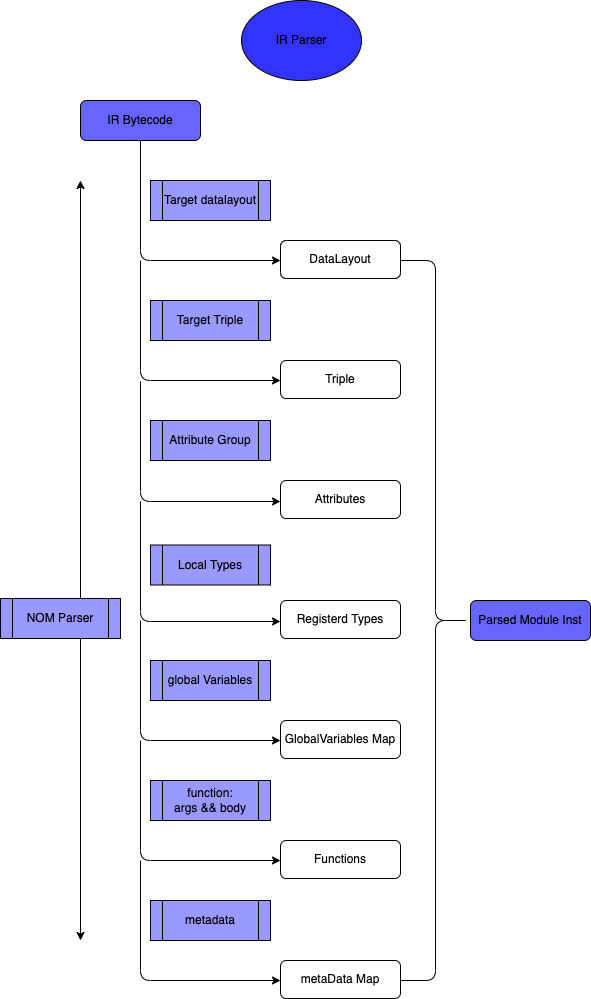
Before: Ola-lang-backend-parser.drawio.png, a diagram exported from draw.io (bchyl/compilerInZk). Source tidied: cells renumbered, new cells last; positions are measured from the earlier drawing's top-left corner, leaving out a move shared by most shapes.
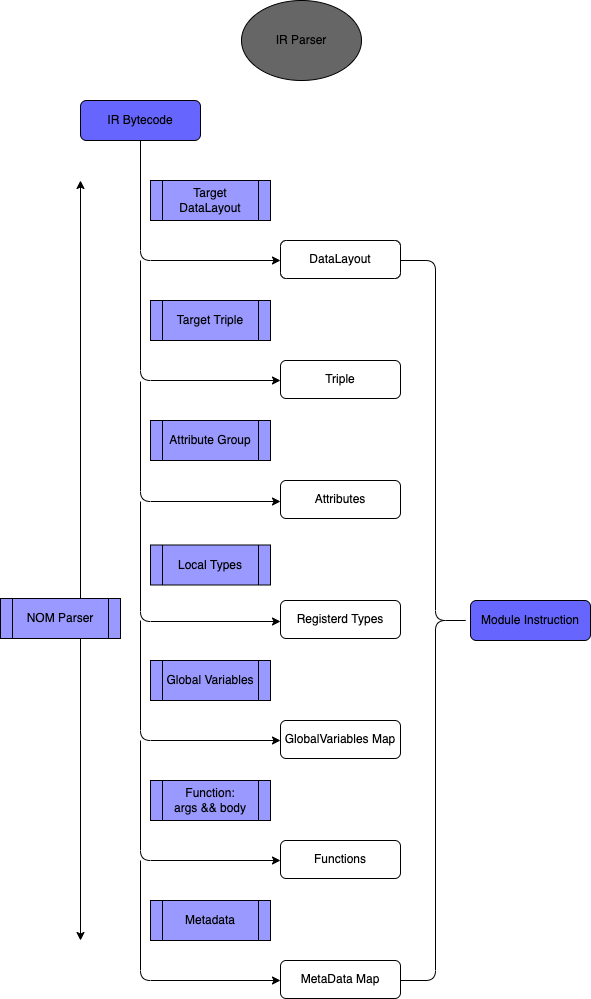
Above is the later version.

What changed in the source:
```diff
@@ -5,7 +5,7 @@
     <mxCell id="2" value="IR Bytecode" style="rounded=1;whiteSpace=wrap;html=1;fontSize=12;glass=0;strokeWidth=1;shadow=0;fillColor=#6666FF;" parent="1" vertex="1">
       <mxGeometry x="80" y="100" width="120" height="40" as="geometry" />
     </mxCell>
-    <mxCell id="3" value="IR Parser" style="ellipse;whiteSpace=wrap;html=1;fillColor=#3333FF;" parent="1" vertex="1">
+    <mxCell id="3" value="IR Parser" style="ellipse;whiteSpace=wrap;html=1;fillColor=#666666;" parent="1" vertex="1">
       <mxGeometry x="241" width="120" height="80" as="geometry" />
     </mxCell>
     <mxCell id="4" value="DataLayout" style="rounded=1;whiteSpace=wrap;html=1;fontSize=12;glass=0;strokeWidth=1;shadow=0;" parent="1" vertex="1">
@@ -19,7 +19,7 @@
         </Array>
       </mxGeometry>
     </mxCell>
-    <mxCell id="6" value="Target datalayout" style="shape=process;whiteSpace=wrap;html=1;backgroundOutline=1;fillColor=#9999FF;" parent="1" vertex="1">
+    <mxCell id="6" value="Target DataLayout" style="shape=process;whiteSpace=wrap;html=1;backgroundOutline=1;fillColor=#9999FF;" parent="1" vertex="1">
       <mxGeometry x="150" y="180" width="120" height="40" as="geometry" />
     </mxCell>
     <mxCell id="7" value="Target Triple" style="shape=process;whiteSpace=wrap;html=1;backgroundOutline=1;fillColor=#9999FF;" parent="1" vertex="1">
@@ -28,7 +28,7 @@
     <mxCell id="8" value="Local Types" style="shape=process;whiteSpace=wrap;html=1;backgroundOutline=1;fillColor=#9999FF;" parent="1" vertex="1">
       <mxGeometry x="150" y="544.5" width="120" height="40" as="geometry" />
     </mxCell>
-    <mxCell id="9" value="global Variables" style="shape=process;whiteSpace=wrap;html=1;backgroundOutline=1;fillColor=#9999FF;" parent="1" vertex="1">
+    <mxCell id="9" value="Global Variables" style="shape=process;whiteSpace=wrap;html=1;backgroundOutline=1;fillColor=#9999FF;" parent="1" vertex="1">
       <mxGeometry x="150" y="660" width="120" height="40" as="geometry" />
     </mxCell>
     <mxCell id="10" value="Triple" style="rounded=1;whiteSpace=wrap;html=1;fontSize=12;glass=0;strokeWidth=1;shadow=0;" parent="1" vertex="1">
@@ -43,19 +43,19 @@
     <mxCell id="13" value="GlobalVariables Map" style="rounded=1;whiteSpace=wrap;html=1;fontSize=12;glass=0;strokeWidth=1;shadow=0;" parent="1" vertex="1">
       <mxGeometry x="280" y="720" width="120" height="38" as="geometry" />
     </mxCell>
-    <mxCell id="14" value="metadata" style="shape=process;whiteSpace=wrap;html=1;backgroundOutline=1;fillColor=#9999FF;" parent="1" vertex="1">
+    <mxCell id="14" value="Metadata" style="shape=process;whiteSpace=wrap;html=1;backgroundOutline=1;fillColor=#9999FF;" parent="1" vertex="1">
       <mxGeometry x="150" y="900" width="120" height="40" as="geometry" />
     </mxCell>
-    <mxCell id="15" value="function:&lt;br&gt;args &amp;amp;&amp;amp; body" style="shape=process;whiteSpace=wrap;html=1;backgroundOutline=1;fillColor=#9999FF;" parent="1" vertex="1">
+    <mxCell id="15" value="Function:&lt;br&gt;args &amp;amp;&amp;amp; body" style="shape=process;whiteSpace=wrap;html=1;backgroundOutline=1;fillColor=#9999FF;" parent="1" vertex="1">
       <mxGeometry x="150" y="780" width="120" height="40" as="geometry" />
     </mxCell>
     <mxCell id="16" value="Functions" style="rounded=1;whiteSpace=wrap;html=1;fontSize=12;glass=0;strokeWidth=1;shadow=0;" parent="1" vertex="1">
       <mxGeometry x="280" y="840" width="120" height="38" as="geometry" />
     </mxCell>
-    <mxCell id="17" value="metaData Map" style="rounded=1;whiteSpace=wrap;html=1;fontSize=12;glass=0;strokeWidth=1;shadow=0;" parent="1" vertex="1">
+    <mxCell id="17" value="MetaData Map" style="rounded=1;whiteSpace=wrap;html=1;fontSize=12;glass=0;strokeWidth=1;shadow=0;" parent="1" vertex="1">
       <mxGeometry x="280" y="960" width="120" height="38" as="geometry" />
     </mxCell>
-    <mxCell id="18" value="Parsed Module Inst" style="rounded=1;whiteSpace=wrap;html=1;fontSize=12;glass=0;strokeWidth=1;shadow=0;fillColor=#6666FF;" parent="1" vertex="1">
+    <mxCell id="18" value="Module Instruction" style="rounded=1;whiteSpace=wrap;html=1;fontSize=12;glass=0;strokeWidth=1;shadow=0;fillColor=#6666FF;" parent="1" vertex="1">
       <mxGeometry x="470" y="600" width="120" height="40" as="geometry" />
     </mxCell>
     <mxCell id="19" style="endArrow=classic;html=1;" parent="1" edge="1">
```
